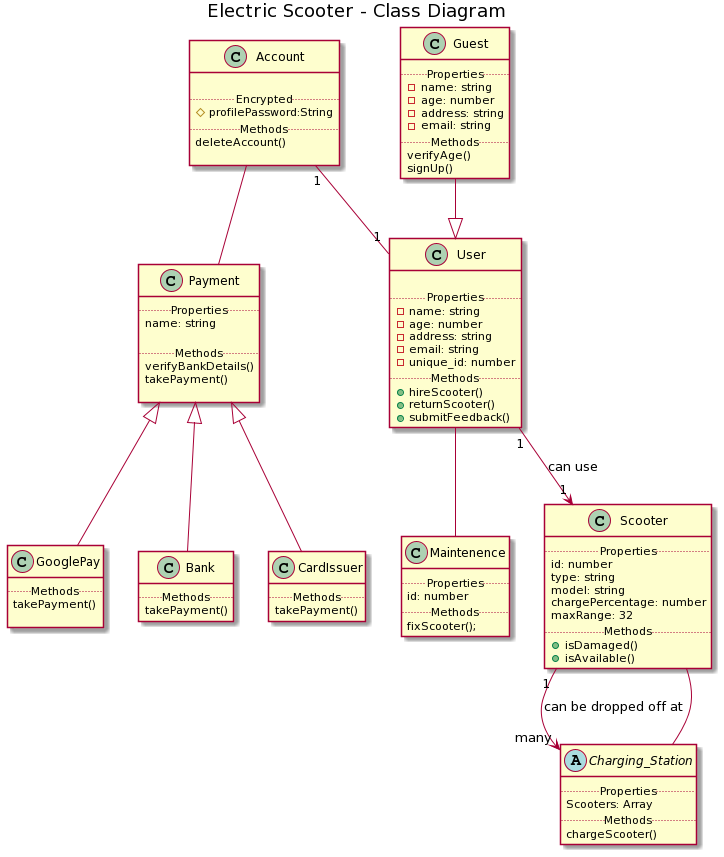
Earlier version of the PlantUML export UML_Diagrams/scooter_class_diagram.png (BevAntwi98/Scooter_Challenge).
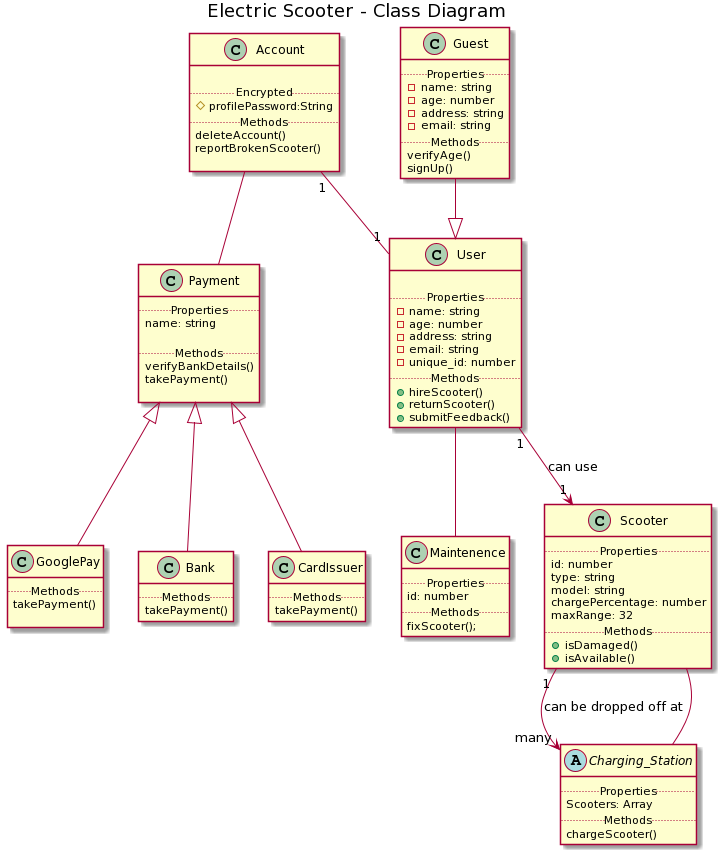
Above is the later version.

What changed in the source:
```diff
@@ -7,6 +7,7 @@
 #profilePassword:String
 ..Methods..
 deleteAccount()
+reportBrokenScooter()
 
 }
 
```
